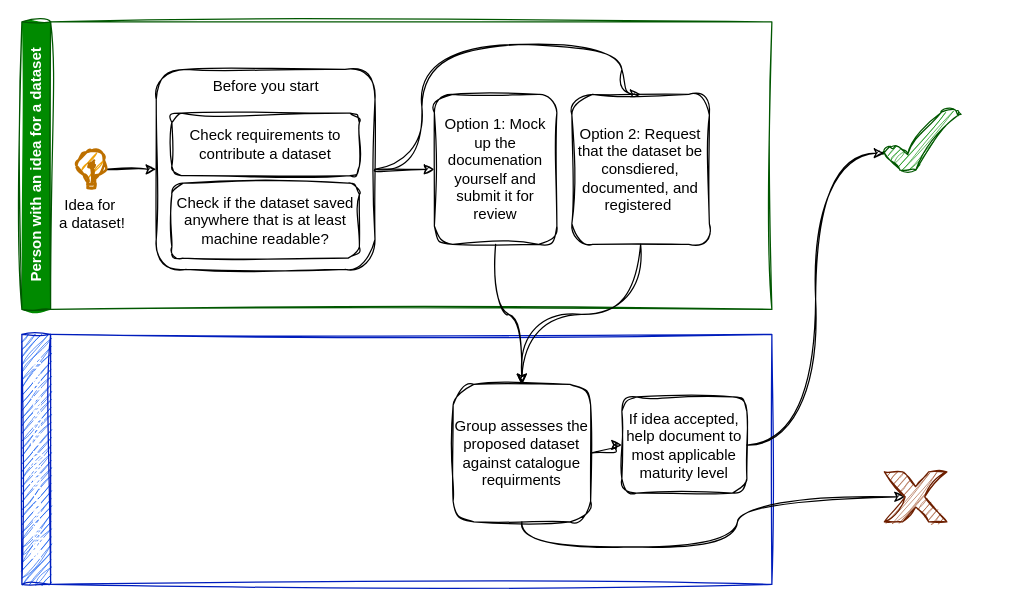
This is docs/images/Registering-dataset-process-flow.drawio from sergegoussev/reproducibility-project, a draw.io file, before an edit. Source tidied: cells renumbered, new cells numbered last; positions are measured from the earlier drawing's top-left corner, leaving out a move shared by most shapes. Both pictures are drawn from the tidied source at 125%, with x=0, y=0 at pixel (21, 21).
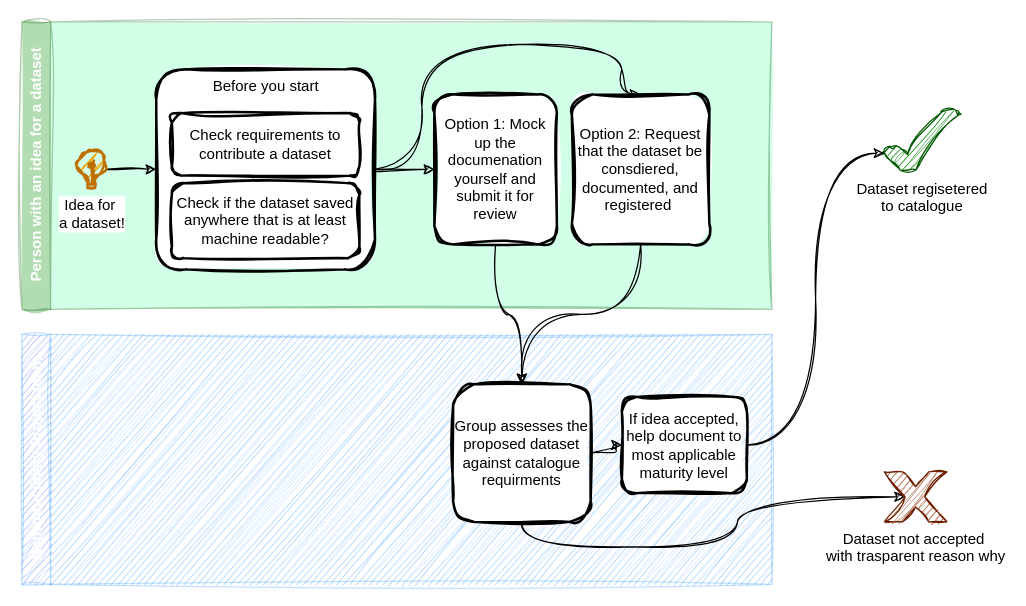
The same page after the edit.

Change to the diagram source:
```diff
@@
-    <mxCell id="2" value="Person with an idea for a dataset" style="swimlane;horizontal=0;whiteSpace=wrap;html=1;fillColor=#008a00;strokeColor=#005700;fillStyle=solid;sketch=1;curveFitting=1;jiggle=2;fontColor=#ffffff;" parent="1" vertex="1">
+    <mxCell id="2" value="Person with an idea for a dataset" style="swimlane;horizontal=0;whiteSpace=wrap;html=1;fillColor=#008a00;strokeColor=#005700;fillStyle=solid;fontColor=#ffffff;swimlaneFillColor=#66FFB3;gradientColor=none;opacity=30;sketch=1;curveFitting=1;jiggle=2;glass=0;" parent="1" vertex="1">
       <mxGeometry width="600" height="230" as="geometry" />
     </mxCell>
@@
-    <mxCell id="5" value="Before you start" style="rounded=1;whiteSpace=wrap;html=1;verticalAlign=top;sketch=1;curveFitting=1;jiggle=2;" parent="2" vertex="1">
+    <mxCell id="5" value="Before you start" style="rounded=1;whiteSpace=wrap;html=1;verticalAlign=top;sketch=1;curveFitting=1;jiggle=2;strokeWidth=2;" parent="2" vertex="1">
       <mxGeometry x="107.5" y="38" width="175" height="160" as="geometry" />
     </mxCell>
-    <mxCell id="6" value="Check requirements to contribute a dataset" style="rounded=1;whiteSpace=wrap;html=1;sketch=1;curveFitting=1;jiggle=2;" parent="2" vertex="1">
+    <mxCell id="6" value="Check requirements to contribute a dataset" style="rounded=1;whiteSpace=wrap;html=1;sketch=1;curveFitting=1;jiggle=2;strokeWidth=2;" parent="2" vertex="1">
       <mxGeometry x="120" y="73" width="150" height="50" as="geometry" />
     </mxCell>
-    <mxCell id="7" value="Check if the dataset saved anywhere that is at least machine readable?" style="rounded=1;whiteSpace=wrap;html=1;sketch=1;curveFitting=1;jiggle=2;" parent="2" vertex="1">
+    <mxCell id="7" value="Check if the dataset saved anywhere that is at least machine readable?" style="rounded=1;whiteSpace=wrap;html=1;sketch=1;curveFitting=1;jiggle=2;strokeWidth=2;" parent="2" vertex="1">
       <mxGeometry x="120" y="129" width="150" height="60" as="geometry" />
     </mxCell>
@@
-    <mxCell id="10" value="Option 1: Mock up the documenation yourself and submit it for review" style="rounded=1;whiteSpace=wrap;html=1;sketch=1;curveFitting=1;jiggle=2;" parent="2" vertex="1">
+    <mxCell id="10" value="Option 1: Mock up the documenation yourself and submit it for review" style="rounded=1;whiteSpace=wrap;html=1;sketch=1;curveFitting=1;jiggle=2;strokeWidth=2;" parent="2" vertex="1">
       <mxGeometry x="330" y="58" width="98" height="120" as="geometry" />
     </mxCell>
-    <mxCell id="11" value="Option 2: Request that the dataset be consdiered, documented, and registered&lt;span style=&quot;background-color: transparent; color: light-dark(rgb(0, 0, 0), rgb(255, 255, 255));&quot;&gt;&amp;nbsp;&lt;/span&gt;" style="rounded=1;whiteSpace=wrap;html=1;sketch=1;curveFitting=1;jiggle=2;" parent="2" vertex="1">
+    <mxCell id="11" value="Option 2: Request that the dataset be consdiered, documented, and registered&lt;span style=&quot;background-color: transparent; color: light-dark(rgb(0, 0, 0), rgb(255, 255, 255));&quot;&gt;&amp;nbsp;&lt;/span&gt;" style="rounded=1;whiteSpace=wrap;html=1;sketch=1;curveFitting=1;jiggle=2;strokeWidth=2;" parent="2" vertex="1">
       <mxGeometry x="440" y="58" width="110" height="120" as="geometry" />
     </mxCell>
-    <mxCell id="12" value="Reproducibility Project team" style="swimlane;horizontal=0;whiteSpace=wrap;html=1;fillColor=#0050ef;fontColor=#ffffff;strokeColor=#001DBC;sketch=1;curveFitting=1;jiggle=2;" parent="1" vertex="1">
+    <mxCell id="12" value="Reproducibility Project team" style="swimlane;horizontal=0;whiteSpace=wrap;html=1;fillColor=#0050ef;fontColor=#ffffff;strokeColor=#3399FF;sketch=1;curveFitting=1;jiggle=2;swimlaneFillColor=#007FFF;opacity=30;" parent="1" vertex="1">
       <mxGeometry y="250" width="600" height="200" as="geometry" />
     </mxCell>
@@
-    <mxCell id="14" value="Group assesses the proposed dataset against catalogue requirments" style="rounded=1;whiteSpace=wrap;html=1;sketch=1;curveFitting=1;jiggle=2;" parent="12" vertex="1">
+    <mxCell id="14" value="Group assesses the proposed dataset against catalogue requirments" style="rounded=1;whiteSpace=wrap;html=1;sketch=1;curveFitting=1;jiggle=2;strokeWidth=2;" parent="12" vertex="1">
       <mxGeometry x="345" y="40" width="110" height="110" as="geometry" />
     </mxCell>
-    <mxCell id="15" value="If idea accepted, help document to most applicable maturity level" style="rounded=1;whiteSpace=wrap;html=1;sketch=1;curveFitting=1;jiggle=2;" parent="12" vertex="1">
+    <mxCell id="15" value="If idea accepted, help document to most applicable maturity level" style="rounded=1;whiteSpace=wrap;html=1;sketch=1;curveFitting=1;jiggle=2;strokeWidth=2;" parent="12" vertex="1">
       <mxGeometry x="480" y="50" width="100" height="77" as="geometry" />
     </mxCell>
-    <mxCell id="16" value="&lt;span style=&quot;background-color: light-dark(#ffffff, var(--ge-dark-color, #121212));&quot;&gt;Dataset regisetered &lt;br&gt;to catalogue&lt;/span&gt;" style="verticalLabelPosition=bottom;verticalAlign=top;html=1;shape=mxgraph.basic.tick;fillColor=#008a00;fontColor=none;strokeColor=#005700;sketch=1;curveFitting=1;jiggle=2;noLabel=1;" parent="1" vertex="1">
+    <mxCell id="16" value="&lt;span style=&quot;background-color: light-dark(#ffffff, var(--ge-dark-color, #121212));&quot;&gt;Dataset regisetered &lt;br&gt;to catalogue&lt;/span&gt;" style="verticalLabelPosition=bottom;verticalAlign=top;html=1;shape=mxgraph.basic.tick;fillColor=#008a00;fontColor=default;strokeColor=#005700;sketch=1;curveFitting=1;jiggle=2;" parent="1" vertex="1">
       <mxGeometry x="690" y="70" width="60" height="50" as="geometry" />
     </mxCell>
@@
-    <mxCell id="19" value="Dataset not accepted&amp;nbsp;&lt;br&gt;with trasparent reason why" style="verticalLabelPosition=bottom;verticalAlign=top;html=1;shape=mxgraph.basic.x;fillColor=#a0522d;fontColor=none;strokeColor=#6D1F00;sketch=1;curveFitting=1;jiggle=2;noLabel=1;" parent="1" vertex="1">
+    <mxCell id="19" value="Dataset not accepted&amp;nbsp;&lt;br&gt;with trasparent reason why" style="verticalLabelPosition=bottom;verticalAlign=top;html=1;shape=mxgraph.basic.x;fillColor=#a0522d;fontColor=default;strokeColor=#6D1F00;sketch=1;curveFitting=1;jiggle=2;" parent="1" vertex="1">
       <mxGeometry x="690" y="360" width="50" height="40" as="geometry" />
     </mxCell>
```
